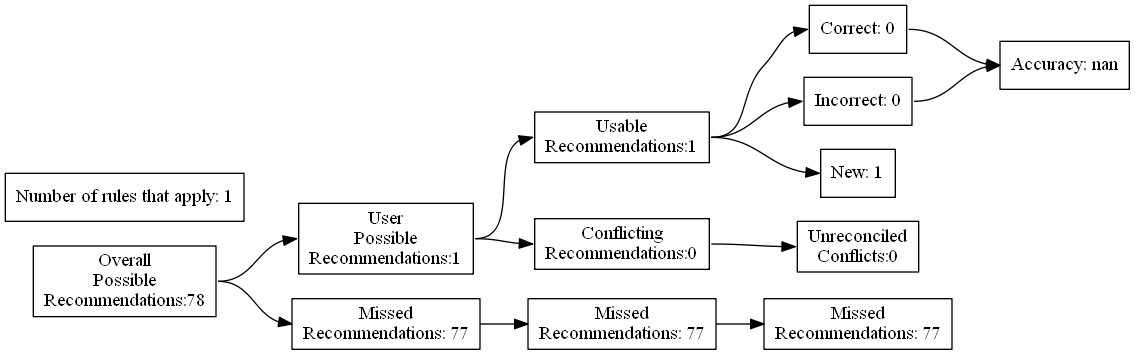
Before: test_renders/111.gv.png, a diagram exported from Graphviz (ZaxR/ibd_diet_analysis). Its source is kept beside it as test_renders/111.gv.
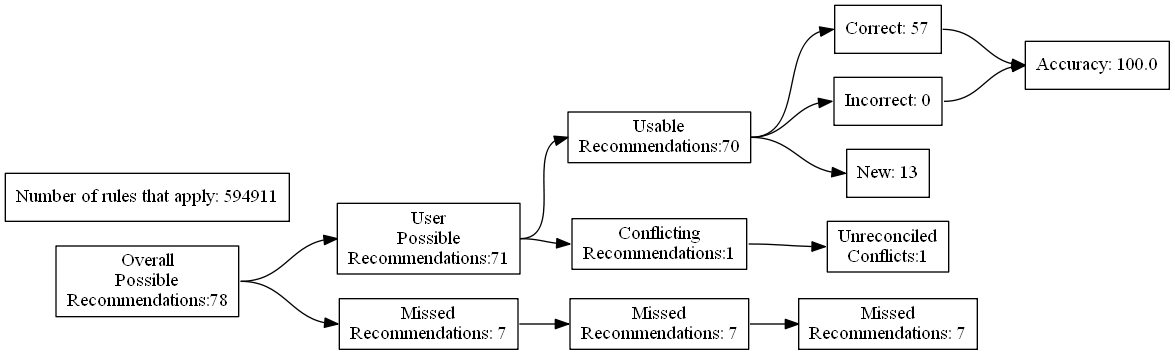
The same file after the commit.

The edit, as a diff of the source:
```diff
@@ -7,24 +7,24 @@
 Recommendations:78"]
 		B [label="User
 Possible
+Recommendations:71"]
+		C [label="Missed
+Recommendations: 7"]
+		D [label="Usable
+Recommendations:70"]
+		E [label="Conflicting
 Recommendations:1"]
-		C [label="Missed
-Recommendations: 77"]
-		D [label="Usable
-Recommendations:1"]
-		E [label="Conflicting
-Recommendations:0"]
 		J [label="Missed
-Recommendations: 77"]
+Recommendations: 7"]
 		M [label="Unreconciled
-Conflicts:0"]
-		F [label="Correct: 0"]
+Conflicts:1"]
+		F [label="Correct: 57"]
 		G [label="Incorrect: 0"]
-		H [label="New: 1"]
+		H [label="New: 13"]
 		K [label="Missed
-Recommendations: 77"]
-		I [label="Accuracy: nan"]
-		l [label="Number of rules that apply: 1"]
+Recommendations: 7"]
+		I [label="Accuracy: 100.0"]
+		l [label="Number of rules that apply: 594911"]
 			A -> B
 			A -> C
 			B -> D
```
